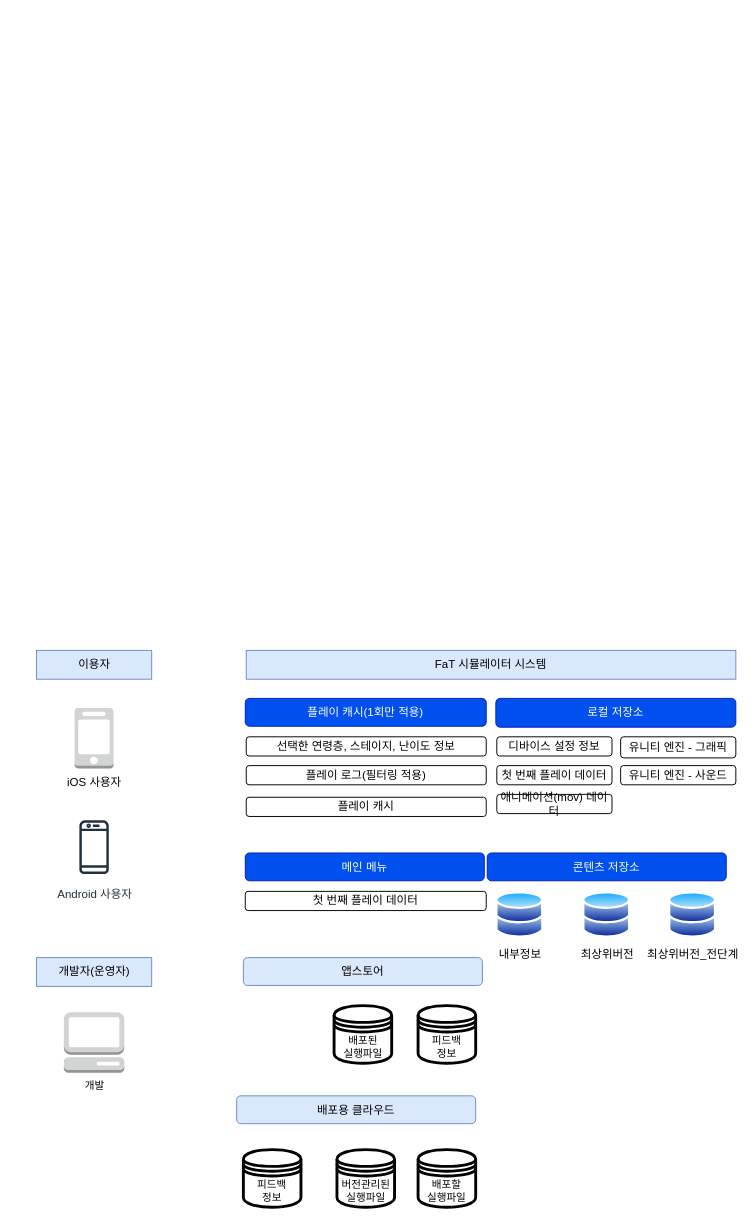
This is page "Page-1" (1 of 7) of Copy of 시스템구조도.drawio from StrongCatWill/FaT, a draw.io file, before an edit. Source tidied: cells renumbered, new cells numbered last; positions are measured from the earlier drawing's top-left corner, leaving out a move shared by most shapes. Both pictures are drawn from the tidied source at 96%, with x=0, y=0 at pixel (36, 650).
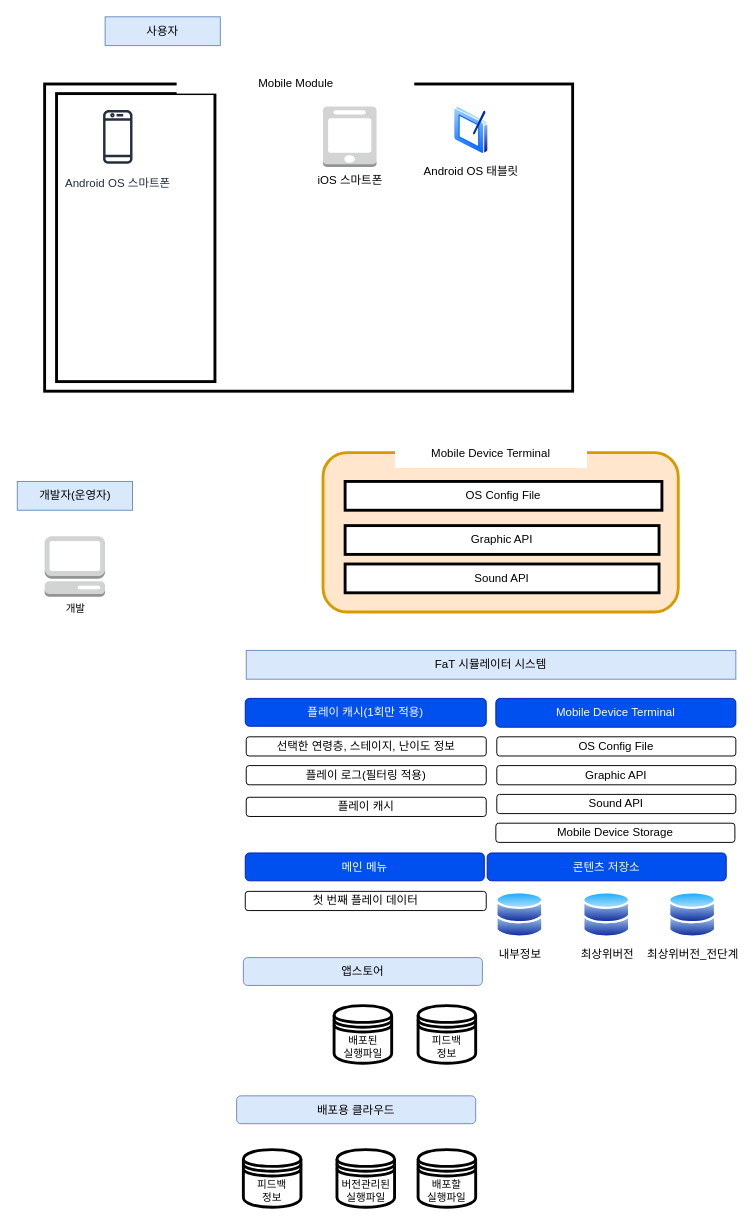
After the change.

What changed in the source:
```diff
@@
+    <mxCell id="32" style="group;" parent="1" vertex="1">
+      <mxGeometry x="8" y="-610" width="550" height="340" as="geometry" />
+    </mxCell>
+    <mxCell id="33" style="group;" parent="32" vertex="1">
+      <mxGeometry y="10" width="550" height="330" as="geometry" />
+    </mxCell>
+    <mxCell id="34" style="rounded=0;whiteSpace=wrap;html=1;fillColor=none;strokeWidth=3;" parent="33" vertex="1">
+      <mxGeometry x="12.4" y="20" width="165" height="300" as="geometry" />
+    </mxCell>
+    <mxCell id="35" style="rounded=0;whiteSpace=wrap;html=1;strokeWidth=3;fillColor=none;" parent="33" vertex="1">
+      <mxGeometry y="10" width="550" height="320" as="geometry" />
+    </mxCell>
+    <mxCell id="36" value="Mobile Module" style="text;html=1;strokeColor=none;fillColor=default;align=center;verticalAlign=middle;whiteSpace=wrap;rounded=0;" parent="33" vertex="1">
+      <mxGeometry x="137.5" width="247.5" height="20" as="geometry" />
+    </mxCell>
+    <mxCell id="4" value="Android OS 스마트폰" style="sketch=0;fontColor=#232F3E;gradientColor=none;strokeColor=#232F3E;fillColor=#ffffff;dashed=0;verticalLabelPosition=bottom;verticalAlign=top;align=center;html=1;fontSize=12;fontStyle=0;shape=mxgraph.aws4.resourceIcon;resIcon=mxgraph.aws4.mobile_client;" parent="33" vertex="1">
+      <mxGeometry x="41.2" y="30" width="70" height="70" as="geometry" />
+    </mxCell>
+    <mxCell id="3" value="iOS 스마트폰" style="dashed=0;verticalLabelPosition=bottom;verticalAlign=top;align=center;html=1;shape=mxgraph.aws3.mobile_client;fillColor=#D2D3D3;gradientColor=none;" parent="33" vertex="1">
+      <mxGeometry x="290" y="33.5" width="55.7" height="63" as="geometry" />
+    </mxCell>
+    <mxCell id="37" value="Android OS 태블릿" style="image;perimeter=ellipsePerimeter;html=1;align=center;shadow=0;dashed=0;spacingTop=3;image=img/lib/active_directory/tablet_pc.svg;" parent="33" vertex="1">
+      <mxGeometry x="426.2" y="33.5" width="36.5" height="50" as="geometry" />
+    </mxCell>
-    <mxCell id="2" value="이용자" style="rounded=0;whiteSpace=wrap;html=1;fillColor=#dae8fc;strokeColor=#6c8ebf;" parent="1" vertex="1">
-      <mxGeometry x="-0.5" width="120" height="30" as="geometry" />
+    <mxCell id="2" value="사용자" style="rounded=0;whiteSpace=wrap;html=1;fillColor=#dae8fc;strokeColor=#6c8ebf;" parent="1" vertex="1">
+      <mxGeometry x="71" y="-660" width="120" height="30" as="geometry" />
     </mxCell>
-    <mxCell id="3" style="dashed=0;verticalLabelPosition=bottom;verticalAlign=top;align=center;html=1;shape=mxgraph.aws3.mobile_client;fillColor=#D2D3D3;gradientColor=none;" parent="1" vertex="1">
-      <mxGeometry x="39.2" y="60" width="40.5" height="63" as="geometry" />
-    </mxCell>
-    <mxCell id="4" value="Android 사용자" style="sketch=0;fontColor=#232F3E;gradientColor=none;strokeColor=#232F3E;fillColor=#ffffff;dashed=0;verticalLabelPosition=bottom;verticalAlign=top;align=center;html=1;fontSize=12;fontStyle=0;shape=mxgraph.aws4.resourceIcon;resIcon=mxgraph.aws4.mobile_client;" parent="1" vertex="1">
-      <mxGeometry x="24.5" y="170" width="70" height="70" as="geometry" />
-    </mxCell>
-    <mxCell id="5" value="iOS 사용자" style="text;html=1;strokeColor=none;fillColor=none;align=center;verticalAlign=middle;whiteSpace=wrap;rounded=0;" parent="1" vertex="1">
-      <mxGeometry x="29.5" y="123" width="60" height="30" as="geometry" />
-    </mxCell>
@@
-    <mxCell id="9" value="로컬 저장소" style="rounded=1;whiteSpace=wrap;html=1;fillColor=#0050ef;strokeColor=#001DBC;fontColor=#ffffff;" parent="1" vertex="1">
+    <mxCell id="9" value="Mobile Device Terminal" style="rounded=1;whiteSpace=wrap;html=1;fillColor=#0050ef;strokeColor=#001DBC;fontColor=#ffffff;" parent="1" vertex="1">
       <mxGeometry x="478" y="50" width="250" height="30" as="geometry" />
     </mxCell>
-    <mxCell id="10" value="첫 번째 플레이 데이터" style="rounded=1;whiteSpace=wrap;html=1;" parent="1" vertex="1">
-      <mxGeometry x="479" y="120" width="120" height="20" as="geometry" />
+    <mxCell id="10" value="Graphic API" style="rounded=1;whiteSpace=wrap;html=1;" parent="1" vertex="1">
+      <mxGeometry x="479" y="120" width="249" height="20" as="geometry" />
     </mxCell>
-    <mxCell id="11" value="디바이스 설정 정보" style="rounded=1;whiteSpace=wrap;html=1;" parent="1" vertex="1">
-      <mxGeometry x="479" y="90" width="120" height="20" as="geometry" />
+    <mxCell id="11" value="OS Config File" style="rounded=1;whiteSpace=wrap;html=1;" parent="1" vertex="1">
+      <mxGeometry x="479" y="90" width="249" height="20" as="geometry" />
     </mxCell>
-    <mxCell id="12" value="유니티 엔진 - 그래픽" style="rounded=1;whiteSpace=wrap;html=1;" parent="1" vertex="1">
-      <mxGeometry x="608" y="90" width="120" height="22" as="geometry" />
-    </mxCell>
-    <mxCell id="13" value="유니티 엔진 - 사운드" style="rounded=1;whiteSpace=wrap;html=1;" parent="1" vertex="1">
-      <mxGeometry x="608" y="120" width="120" height="20" as="geometry" />
-    </mxCell>
-    <mxCell id="14" value="애니메이션(mov) 데이터" style="rounded=1;whiteSpace=wrap;html=1;" parent="1" vertex="1">
-      <mxGeometry x="479" y="150" width="120" height="20" as="geometry" />
+    <mxCell id="14" value="Sound API" style="rounded=1;whiteSpace=wrap;html=1;" parent="1" vertex="1">
+      <mxGeometry x="479" y="150" width="249" height="20" as="geometry" />
     </mxCell>
@@
     <mxCell id="20" value="개발자(운영자)" style="rounded=0;whiteSpace=wrap;html=1;fillColor=#dae8fc;strokeColor=#6c8ebf;" parent="1" vertex="1">
-      <mxGeometry x="-0.5" y="320" width="120" height="30" as="geometry" />
+      <mxGeometry x="-20.5" y="-176" width="120" height="30" as="geometry" />
     </mxCell>
@@
     <mxCell id="22" value="개발" style="dashed=0;verticalLabelPosition=bottom;verticalAlign=top;align=center;html=1;shape=mxgraph.aws3.management_console;fillColor=#D2D3D3;gradientColor=none;fontFamily=Helvetica;fontSize=11;fontColor=default;" parent="1" vertex="1">
-      <mxGeometry x="28" y="377" width="63" height="63" as="geometry" />
+      <mxGeometry x="8" y="-119" width="63" height="63" as="geometry" />
     </mxCell>
@@
+    <mxCell id="38" style="rounded=1;whiteSpace=wrap;html=1;strokeColor=#d79b00;strokeWidth=3;fontFamily=Helvetica;fontSize=12;fillColor=#ffe6cc;" parent="1" vertex="1">
+      <mxGeometry x="298" y="-206" width="370" height="166" as="geometry" />
+    </mxCell>
+    <mxCell id="39" value="Mobile Device Terminal" style="text;html=1;strokeColor=none;fillColor=default;align=center;verticalAlign=middle;whiteSpace=wrap;rounded=0;fontSize=12;fontFamily=Helvetica;fontColor=default;" parent="1" vertex="1">
+      <mxGeometry x="373" y="-220" width="200" height="30" as="geometry" />
+    </mxCell>
+    <mxCell id="40" value="OS Config File" style="rounded=0;whiteSpace=wrap;html=1;strokeWidth=3;fontFamily=Helvetica;fontSize=12;" parent="1" vertex="1">
+      <mxGeometry x="321" y="-176" width="330" height="30" as="geometry" />
+    </mxCell>
+    <mxCell id="41" value="Graphic API" style="rounded=0;whiteSpace=wrap;html=1;strokeWidth=3;fontFamily=Helvetica;fontSize=12;" parent="1" vertex="1">
+      <mxGeometry x="321" y="-130" width="327" height="30" as="geometry" />
+    </mxCell>
+    <mxCell id="42" value="Sound API" style="rounded=0;whiteSpace=wrap;html=1;strokeWidth=3;fontFamily=Helvetica;fontSize=12;" parent="1" vertex="1">
+      <mxGeometry x="321" y="-90" width="327" height="30" as="geometry" />
+    </mxCell>
+    <mxCell id="43" value="Mobile Device Storage" style="rounded=1;whiteSpace=wrap;html=1;" parent="1" vertex="1">
+      <mxGeometry x="478" y="180" width="249" height="20" as="geometry" />
+    </mxCell>
```
